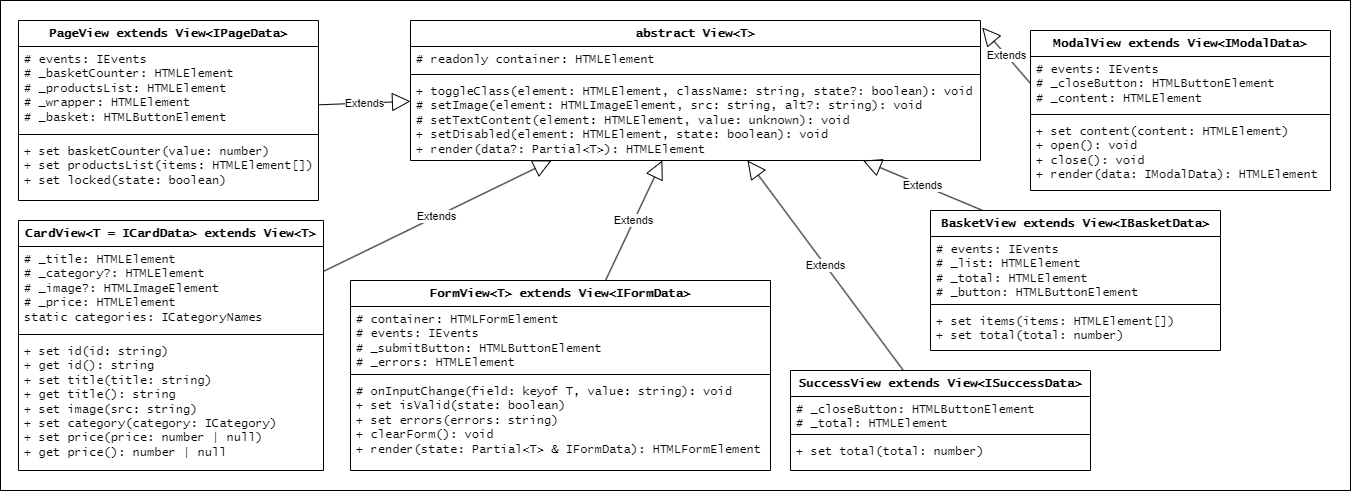
This is documentation/View/ViewClasses.png from anna-kobis/web-larek, a draw.io export, as it was before one commit. Source tidied: cells renumbered, new cells last; positions are measured from the earlier drawing's top-left corner, leaving out a move shared by most shapes.
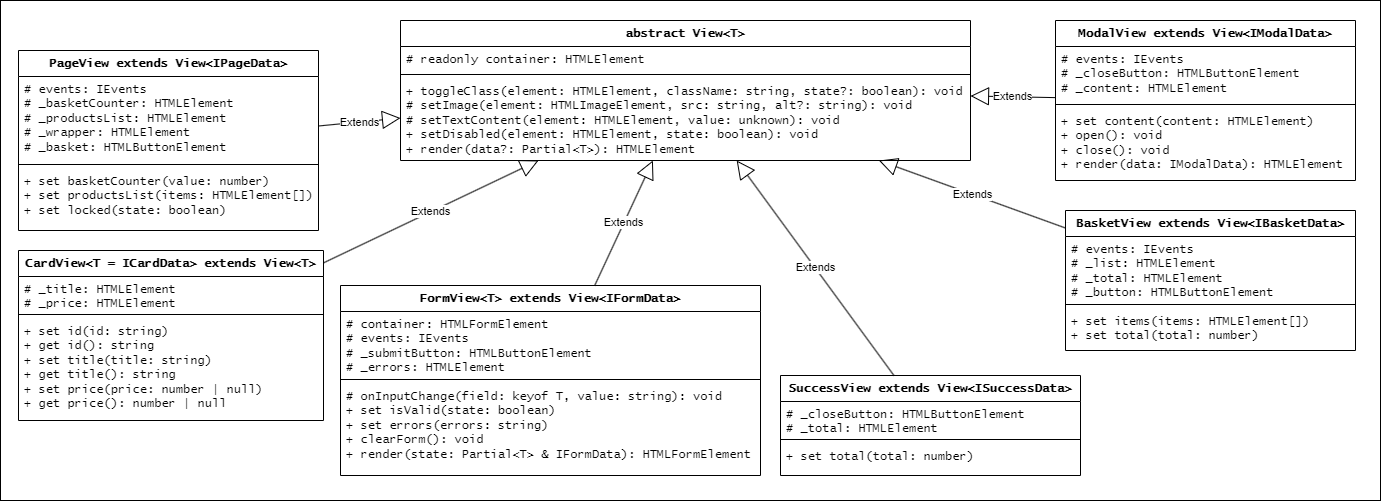
The same diagram one commit later.

Change to the diagram source:
```diff
@@ -3,10 +3,10 @@
     <mxCell id="0" />
     <mxCell id="1" parent="0" />
     <mxCell id="2" style="rounded=0;whiteSpace=wrap;html=1;" parent="1" vertex="1">
-      <mxGeometry width="1350" height="490" as="geometry" />
+      <mxGeometry width="1380" height="500" as="geometry" />
     </mxCell>
     <mxCell id="3" value="abstract&amp;nbsp;View&amp;lt;T&amp;gt;" style="swimlane;fontStyle=1;align=center;verticalAlign=top;horizontal=1;startSize=26;whiteSpace=wrap;html=1;fontFamily=Lucida Console;" parent="1" vertex="1">
-      <mxGeometry x="410" y="20" width="570" height="140" as="geometry" />
+      <mxGeometry x="400" y="20" width="570" height="140" as="geometry" />
     </mxCell>
     <mxCell id="4" value="# readonly container: HTMLElement" style="text;strokeColor=none;fillColor=none;align=left;verticalAlign=top;spacingLeft=4;spacingRight=4;overflow=hidden;whiteSpace=wrap;html=1;fontFamily=Lucida Console;" parent="3" vertex="1">
       <mxGeometry y="26" width="570" height="24" as="geometry" />
@@ -18,7 +18,7 @@
       <mxGeometry y="58" width="570" height="82" as="geometry" />
     </mxCell>
     <mxCell id="7" value="BasketView extends View&amp;lt;IBasketData&amp;gt;" style="swimlane;fontStyle=1;align=center;verticalAlign=top;horizontal=1;startSize=26;whiteSpace=wrap;html=1;fontFamily=Lucida Console;" parent="1" vertex="1">
-      <mxGeometry x="930" y="210" width="290" height="140" as="geometry" />
+      <mxGeometry x="1065" y="210" width="290" height="140" as="geometry" />
     </mxCell>
     <mxCell id="8" value="&lt;div&gt;# events: IEvents&lt;br&gt;&lt;/div&gt;&lt;div&gt;# _list: HTMLElement&lt;/div&gt;&lt;div&gt;&lt;span style=&quot;white-space: normal;&quot;&gt;# _total: HTMLElement&lt;/span&gt;&lt;/div&gt;&lt;div&gt;&lt;span style=&quot;white-space: normal;&quot;&gt;# _button: HTMLButtonElement&lt;/span&gt;&lt;/div&gt;" style="text;strokeColor=none;fillColor=none;align=left;verticalAlign=top;spacingLeft=4;spacingRight=4;overflow=hidden;whiteSpace=wrap;html=1;fontFamily=Lucida Console;" parent="7" vertex="1">
       <mxGeometry y="26" width="290" height="64" as="geometry" />
@@ -29,26 +29,26 @@
     <mxCell id="10" value="&lt;div&gt;+ set items(items: HTMLElement[])&lt;/div&gt;&lt;div&gt;&lt;span style=&quot;white-space: normal;&quot;&gt;+ set total(total: number)&lt;/span&gt;&lt;/div&gt;" style="text;strokeColor=none;fillColor=none;align=left;verticalAlign=top;spacingLeft=4;spacingRight=4;overflow=hidden;whiteSpace=wrap;html=1;fontFamily=Lucida Console;fontStyle=0;" parent="7" vertex="1">
       <mxGeometry y="98" width="290" height="42" as="geometry" />
     </mxCell>
-    <mxCell id="11" value="Extends" style="endArrow=block;endSize=16;endFill=0;html=1;rounded=0;exitX=0.179;exitY=-0.001;exitDx=0;exitDy=0;exitPerimeter=0;" parent="1" edge="1" source="7" target="3">
+    <mxCell id="11" value="Extends" style="endArrow=block;endSize=16;endFill=0;html=1;rounded=0;" parent="1" edge="1" source="7" target="3">
       <mxGeometry relative="1" as="geometry" />
     </mxCell>
     <mxCell id="12" value="CardView&amp;lt;T = ICardData&amp;gt; extends View&amp;lt;T&amp;gt;" style="swimlane;fontStyle=1;align=center;verticalAlign=top;horizontal=1;startSize=26;whiteSpace=wrap;html=1;fontFamily=Lucida Console;" parent="1" vertex="1">
-      <mxGeometry x="18" y="220" width="305" height="250" as="geometry" />
+      <mxGeometry x="18" y="250" width="305" height="170" as="geometry" />
     </mxCell>
-    <mxCell id="13" value="&lt;div&gt;&lt;span style=&quot;background-color: initial;&quot;&gt;# _title: HTMLElement&lt;/span&gt;&lt;br&gt;&lt;/div&gt;&lt;div&gt;&lt;span style=&quot;white-space: normal;&quot;&gt;# _category?: HTMLElement&lt;/span&gt;&lt;/div&gt;&lt;div&gt;&lt;span style=&quot;white-space: normal;&quot;&gt;# _image?: HTMLImageElement&lt;/span&gt;&lt;/div&gt;&lt;div&gt;&lt;span style=&quot;white-space: normal;&quot;&gt;# _price: HTMLElement&lt;/span&gt;&lt;/div&gt;&lt;div&gt;static categories: ICategoryNames&lt;span style=&quot;white-space: normal;&quot;&gt;&lt;br&gt;&lt;/span&gt;&lt;/div&gt;" style="text;strokeColor=none;fillColor=none;align=left;verticalAlign=top;spacingLeft=4;spacingRight=4;overflow=hidden;whiteSpace=wrap;html=1;fontFamily=Lucida Console;" parent="12" vertex="1">
-      <mxGeometry y="26" width="305" height="84" as="geometry" />
+    <mxCell id="13" value="&lt;div&gt;&lt;span style=&quot;background-color: initial;&quot;&gt;# _title: HTMLElement&lt;/span&gt;&lt;/div&gt;&lt;div&gt;&lt;span style=&quot;white-space: normal;&quot;&gt;# _price: HTMLElement&lt;/span&gt;&lt;/div&gt;" style="text;strokeColor=none;fillColor=none;align=left;verticalAlign=top;spacingLeft=4;spacingRight=4;overflow=hidden;whiteSpace=wrap;html=1;fontFamily=Lucida Console;" parent="12" vertex="1">
+      <mxGeometry y="26" width="305" height="34" as="geometry" />
     </mxCell>
     <mxCell id="14" style="line;strokeWidth=1;fillColor=none;align=left;verticalAlign=middle;spacingTop=-1;spacingLeft=3;spacingRight=3;labelPosition=right;strokeColor=inherit;fontFamily=Lucida Console;" parent="12" vertex="1">
-      <mxGeometry y="110" width="305" height="8" as="geometry" />
+      <mxGeometry y="60" width="305" height="8" as="geometry" />
     </mxCell>
-    <mxCell id="15" value="&lt;div&gt;+ set id(id: string)&lt;/div&gt;&lt;div&gt;&lt;span style=&quot;white-space: normal;&quot;&gt;+ get id(): string&lt;/span&gt;&lt;/div&gt;&lt;div&gt;&lt;span style=&quot;white-space: normal;&quot;&gt;+ set title(title: string)&lt;/span&gt;&lt;/div&gt;&lt;div&gt;&lt;span style=&quot;white-space: normal;&quot;&gt;+ get title(): string&lt;/span&gt;&lt;/div&gt;&lt;div&gt;&lt;span style=&quot;white-space: normal;&quot;&gt;+ set image(src: string)&lt;/span&gt;&lt;/div&gt;&lt;div&gt;&lt;span style=&quot;white-space: normal;&quot;&gt;+ set category(category: ICategory)&lt;/span&gt;&lt;/div&gt;&lt;div&gt;&lt;span style=&quot;white-space: normal;&quot;&gt;+ set price(price: number | null)&lt;/span&gt;&lt;/div&gt;&lt;div&gt;&lt;span style=&quot;white-space: normal;&quot;&gt;+ get price(): number | null&lt;/span&gt;&lt;/div&gt;" style="text;strokeColor=none;fillColor=none;align=left;verticalAlign=top;spacingLeft=4;spacingRight=4;overflow=hidden;whiteSpace=wrap;html=1;fontFamily=Lucida Console;fontStyle=0;" parent="12" vertex="1">
-      <mxGeometry y="118" width="305" height="132" as="geometry" />
+    <mxCell id="15" value="&lt;div&gt;+ set id(id: string)&lt;/div&gt;&lt;div&gt;&lt;span style=&quot;white-space: normal;&quot;&gt;+ get id(): string&lt;/span&gt;&lt;/div&gt;&lt;div&gt;&lt;span style=&quot;white-space: normal;&quot;&gt;+ set title(title: string)&lt;/span&gt;&lt;/div&gt;&lt;div&gt;&lt;span style=&quot;white-space: normal;&quot;&gt;+ get title(): string&lt;/span&gt;&lt;/div&gt;&lt;div&gt;&lt;span style=&quot;background-color: initial;&quot;&gt;+ set price(price: number | null)&lt;/span&gt;&lt;br&gt;&lt;/div&gt;&lt;div&gt;&lt;span style=&quot;white-space: normal;&quot;&gt;+ get price(): number | null&lt;/span&gt;&lt;/div&gt;" style="text;strokeColor=none;fillColor=none;align=left;verticalAlign=top;spacingLeft=4;spacingRight=4;overflow=hidden;whiteSpace=wrap;html=1;fontFamily=Lucida Console;fontStyle=0;" parent="12" vertex="1">
+      <mxGeometry y="68" width="305" height="102" as="geometry" />
     </mxCell>
     <mxCell id="16" value="Extends" style="endArrow=block;endSize=16;endFill=0;html=1;rounded=0;" parent="1" edge="1" source="12" target="3">
       <mxGeometry relative="1" as="geometry" />
     </mxCell>
     <mxCell id="17" value="FormView&amp;lt;T&amp;gt; extends View&amp;lt;IFormData&amp;gt;" style="swimlane;fontStyle=1;align=center;verticalAlign=top;horizontal=1;startSize=26;whiteSpace=wrap;html=1;fontFamily=Lucida Console;" parent="1" vertex="1">
-      <mxGeometry x="350" y="280" width="420" height="190" as="geometry" />
+      <mxGeometry x="340" y="285" width="420" height="190" as="geometry" />
     </mxCell>
     <mxCell id="18" value="&lt;div&gt;&lt;div&gt;# container: HTMLFormElement&lt;/div&gt;&lt;div&gt;# events: IEvents&lt;/div&gt;&lt;div&gt;&lt;span style=&quot;white-space: normal;&quot;&gt;# _submitButton: HTMLButtonElement&lt;/span&gt;&lt;/div&gt;&lt;div&gt;&lt;span style=&quot;white-space: normal;&quot;&gt;# _errors: HTMLElement&lt;/span&gt;&lt;/div&gt;&lt;/div&gt;" style="text;strokeColor=none;fillColor=none;align=left;verticalAlign=top;spacingLeft=4;spacingRight=4;overflow=hidden;whiteSpace=wrap;html=1;fontFamily=Lucida Console;" parent="17" vertex="1">
       <mxGeometry y="26" width="420" height="64" as="geometry" />
@@ -63,7 +63,7 @@
       <mxGeometry relative="1" as="geometry" />
     </mxCell>
     <mxCell id="22" value="ModalView extends View&amp;lt;IModalData&amp;gt;" style="swimlane;fontStyle=1;align=center;verticalAlign=top;horizontal=1;startSize=26;whiteSpace=wrap;html=1;fontFamily=Lucida Console;" parent="1" vertex="1">
-      <mxGeometry x="1030" y="30" width="300" height="160" as="geometry" />
+      <mxGeometry x="1055" y="20" width="300" height="160" as="geometry" />
     </mxCell>
     <mxCell id="23" value="&lt;div&gt;&lt;div&gt;# events: IEvents&lt;br&gt;&lt;/div&gt;&lt;div&gt;# _closeButton: HTMLButtonElement&lt;/div&gt;&lt;div&gt;&lt;span style=&quot;white-space: normal;&quot;&gt;# _content: HTMLElement&lt;/span&gt;&lt;/div&gt;&lt;/div&gt;" style="text;strokeColor=none;fillColor=none;align=left;verticalAlign=top;spacingLeft=4;spacingRight=4;overflow=hidden;points=[[0,0.5],[1,0.5]];portConstraint=eastwest;whiteSpace=wrap;html=1;fontFamily=Lucida Console;" parent="22" vertex="1">
       <mxGeometry y="26" width="300" height="54" as="geometry" />
@@ -74,11 +74,11 @@
     <mxCell id="25" value="&lt;div&gt;+ set content(content: HTMLElement)&lt;/div&gt;&lt;div&gt;&lt;span style=&quot;white-space: normal;&quot;&gt;+ open(): void&lt;/span&gt;&lt;/div&gt;&lt;div&gt;&lt;span style=&quot;white-space: normal;&quot;&gt;+ close(): void&lt;/span&gt;&lt;/div&gt;&lt;div&gt;&lt;span style=&quot;white-space: normal;&quot;&gt;+ render(data: IModalData): HTMLElement&lt;/span&gt;&lt;/div&gt;" style="text;strokeColor=none;fillColor=none;align=left;verticalAlign=top;spacingLeft=4;spacingRight=4;overflow=hidden;whiteSpace=wrap;html=1;fontFamily=Lucida Console;fontStyle=0;" parent="22" vertex="1">
       <mxGeometry y="88" width="300" height="72" as="geometry" />
     </mxCell>
-    <mxCell id="26" value="Extends" style="endArrow=block;endSize=16;endFill=0;html=1;rounded=0;entryX=1.003;entryY=0.05;entryDx=0;entryDy=0;exitX=0;exitY=0.5;exitDx=0;exitDy=0;entryPerimeter=0;" parent="1" edge="1" source="23" target="3">
+    <mxCell id="26" value="Extends" style="endArrow=block;endSize=16;endFill=0;html=1;rounded=0;" parent="1" edge="1" source="22" target="3">
       <mxGeometry relative="1" as="geometry" />
     </mxCell>
     <mxCell id="27" value="SuccessView extends View&amp;lt;ISuccessData&amp;gt;" style="swimlane;fontStyle=1;align=center;verticalAlign=top;horizontal=1;startSize=26;whiteSpace=wrap;html=1;fontFamily=Lucida Console;" parent="1" vertex="1">
-      <mxGeometry x="790" y="370" width="300" height="100" as="geometry" />
+      <mxGeometry x="780" y="375" width="300" height="100" as="geometry" />
     </mxCell>
     <mxCell id="28" value="&lt;div&gt;# _closeButton: HTMLButtonElement&lt;/div&gt;&lt;div&gt;&lt;span style=&quot;white-space: normal;&quot;&gt;# _total: HTMLElement&lt;/span&gt;&lt;/div&gt;" style="text;strokeColor=none;fillColor=none;align=left;verticalAlign=top;spacingLeft=4;spacingRight=4;overflow=hidden;whiteSpace=wrap;html=1;fontFamily=Lucida Console;" parent="27" vertex="1">
       <mxGeometry y="26" width="300" height="34" as="geometry" />
@@ -93,7 +93,7 @@
       <mxGeometry relative="1" as="geometry" />
     </mxCell>
     <mxCell id="32" value="PageView extends View&amp;lt;IPageData&amp;gt;" style="swimlane;fontStyle=1;align=center;verticalAlign=top;horizontal=1;startSize=26;whiteSpace=wrap;html=1;fontFamily=Lucida Console;" parent="1" vertex="1">
-      <mxGeometry x="18" y="20" width="300" height="180" as="geometry" />
+      <mxGeometry x="18" y="50" width="300" height="180" as="geometry" />
     </mxCell>
     <mxCell id="33" value="&lt;div&gt;# events: IEvents&lt;br&gt;&lt;/div&gt;&lt;div&gt;# _basketCounter: HTMLElement&lt;/div&gt;&lt;div&gt;&lt;span style=&quot;white-space: normal;&quot;&gt;# _productsList: HTMLElement&lt;/span&gt;&lt;/div&gt;&lt;div&gt;&lt;span style=&quot;white-space: normal;&quot;&gt;# _wrapper: HTMLElement&lt;/span&gt;&lt;/div&gt;&lt;div&gt;&lt;span style=&quot;white-space: normal;&quot;&gt;# _basket:&amp;nbsp;&lt;/span&gt;&lt;span style=&quot;background-color: initial;&quot;&gt;HTMLButtonElement&lt;/span&gt;&lt;/div&gt;" style="text;strokeColor=none;fillColor=none;align=left;verticalAlign=top;spacingLeft=4;spacingRight=4;overflow=hidden;whiteSpace=wrap;html=1;fontFamily=Lucida Console;" parent="32" vertex="1">
       <mxGeometry y="26" width="300" height="84" as="geometry" />
```
